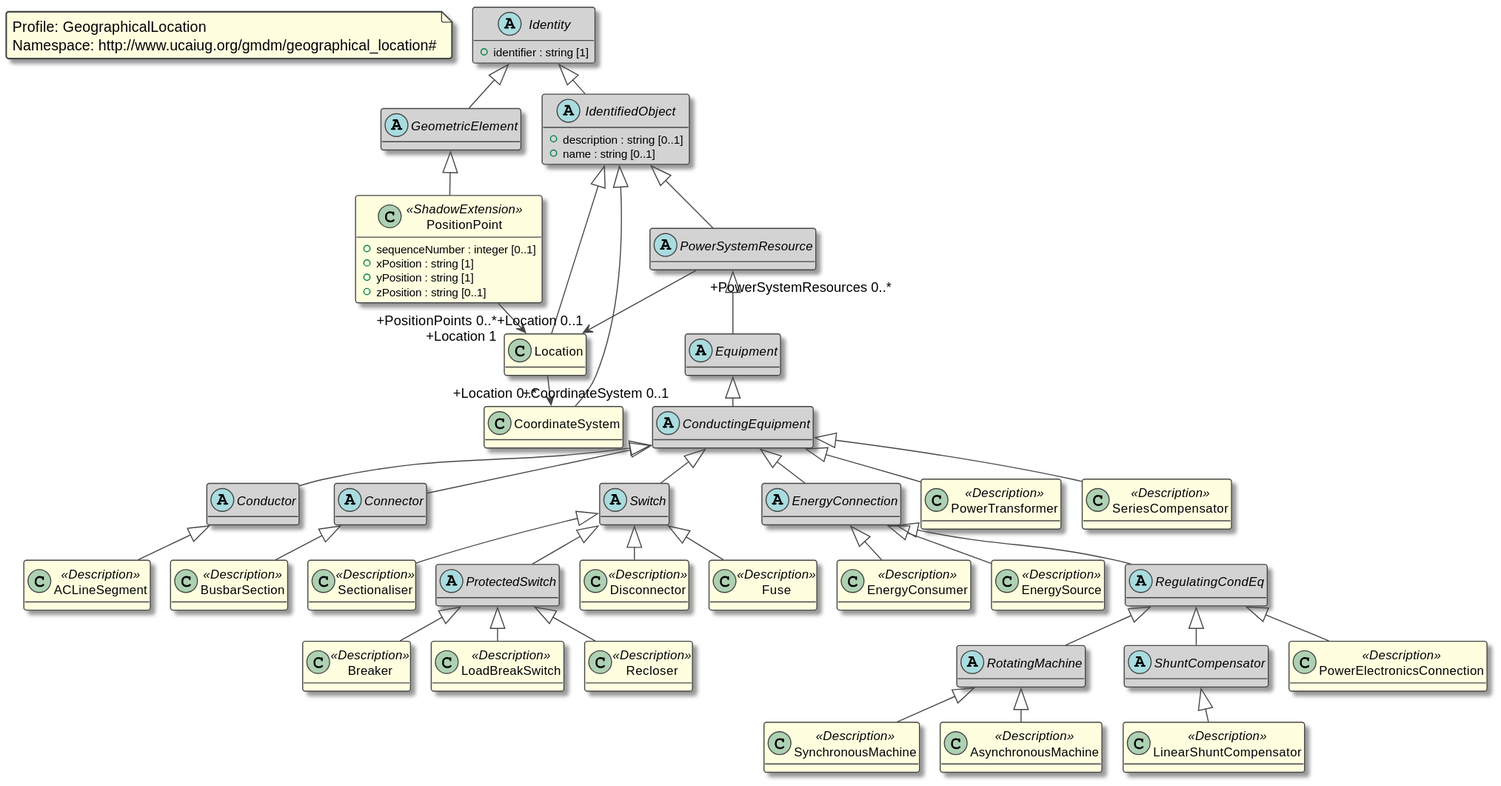
Above: profile_artifacts/GeographicalLocation/GeographicalLocation.svg in epri-dev/GMDM-IOP (PlantUML), before the change. Its source is kept beside it as profile_artifacts/GeographicalLocation/GeographicalLocation.puml.
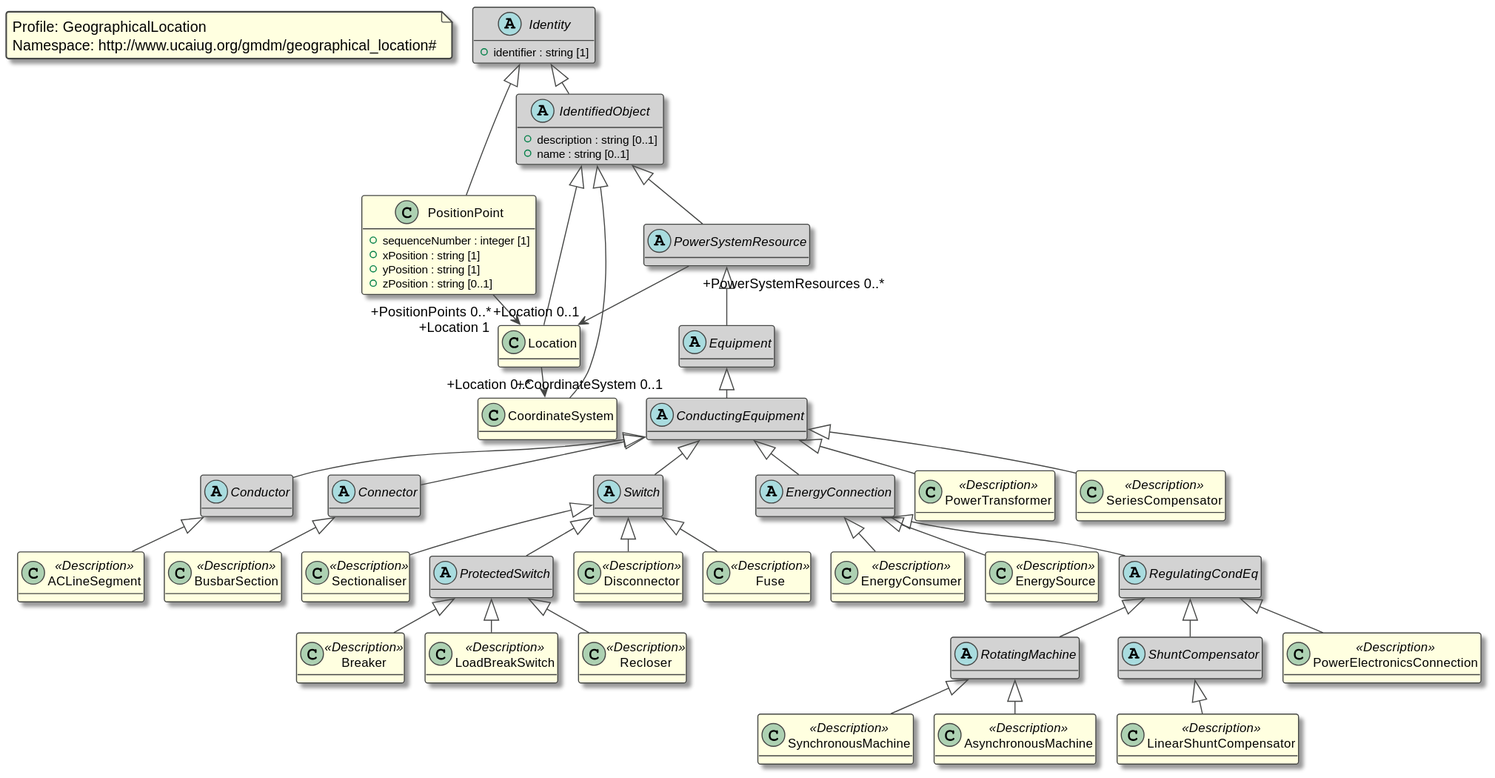
The same diagram one commit later.

What changed in the source:
```diff
@@ -157,11 +157,6 @@
 
 Switch <|-- Fuse
 
-abstract class GeometricElement  <<abstract>> {
-}
-
-Identity <|-- GeometricElement
-
 abstract class IdentifiedObject  <<abstract>> {
    +description : string [0..1]
    +name : string [0..1]
@@ -190,14 +185,14 @@
 IdentifiedObject <|-- Location
 Location "+Location 0..*" --> "+CoordinateSystem 0..1" CoordinateSystem
 
-class PositionPoint <<ShadowExtension>>  {
-   +sequenceNumber : integer [0..1]
+class PositionPoint   {
+   +sequenceNumber : integer [1]
    +xPosition : string [1]
    +yPosition : string [1]
    +zPosition : string [0..1]
 }
 
-GeometricElement <|-- PositionPoint
+Identity <|-- PositionPoint
 PositionPoint "+PositionPoints 0..*" --> "+Location 1" Location
 
 class PowerElectronicsConnection <<Description>>  {
```
